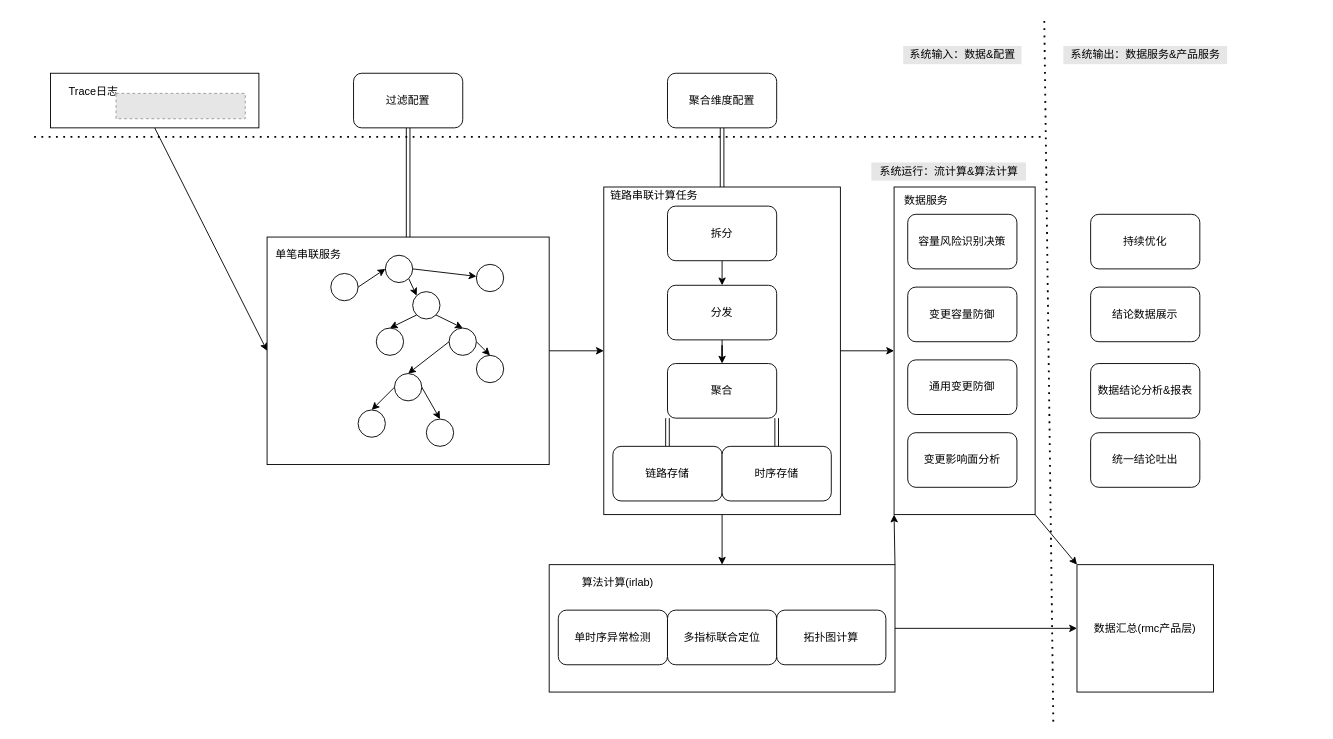
Before: 蚂蚁金服/链路容量.drawio in frankneu/draw.io, a draw.io diagram. Source tidied: cells renumbered, new cells numbered last; positions are measured from the earlier drawing's top-left corner, leaving out a move shared by most shapes. Both pictures are drawn from the tidied source at 91%, with x=0, y=0 at pixel (34, 16). Pictures stored in the file or linked from it are replaced by grey dashed boxes.
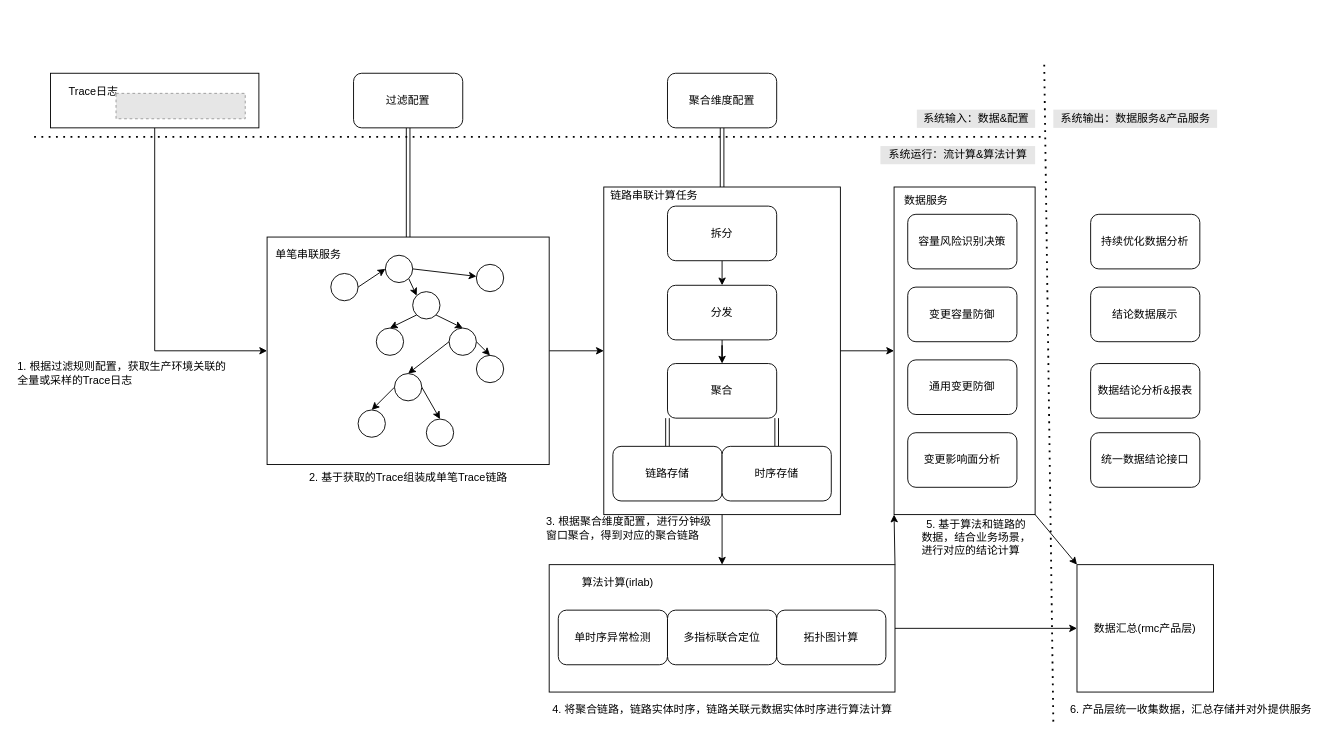
The same page after the edit.

Unchanged cells that the change refers to:
```xml
<mxCell id="4" style="rounded=0;whiteSpace=wrap;html=1;" parent="1" vertex="1">
  <mxGeometry x="18" y="62" width="229" height="60" as="geometry" />
</mxCell>
<mxCell id="6" style="rounded=0;whiteSpace=wrap;html=1;" parent="1" vertex="1">
  <mxGeometry x="256" y="242" width="310" height="250" as="geometry" />
</mxCell>
```

Diff of the diagram source:
```diff
@@
-    <mxCell id="3" style="edgeStyle=none;rounded=0;jettySize=auto;html=1;exitX=0.5;exitY=1;exitDx=0;exitDy=0;entryX=0;entryY=0.5;entryDx=0;entryDy=0;" parent="1" edge="1" source="4" target="6">
+    <mxCell id="3" style="edgeStyle=orthogonalEdgeStyle;rounded=0;jettySize=auto;html=1;exitX=0.5;exitY=1;exitDx=0;exitDy=0;entryX=0;entryY=0.5;entryDx=0;entryDy=0;" parent="1" edge="1" source="4" target="6">
       <mxGeometry relative="1" as="geometry" />
     </mxCell>
@@
     <mxCell id="62" style="endArrow=none;dashed=1;html=1;dashPattern=1 3;strokeWidth=2;" parent="1" edge="1">
       <mxGeometry relative="1" as="geometry">
         <mxPoint x="1120" y="774.5" as="sourcePoint" />
-        <mxPoint x="1110" y="-0.5" as="targetPoint" />
+        <mxPoint x="1110" y="52" as="targetPoint" />
       </mxGeometry>
     </mxCell>
     <mxCell id="63" value="系统输入：数据&amp;amp;配置" style="text;html=1;align=center;verticalAlign=middle;strokeColor=none;fillColor=#E6E6E6;" parent="1" vertex="1">
-      <mxGeometry x="955" y="32" width="130" height="20" as="geometry" />
+      <mxGeometry x="970" y="102" width="130" height="20" as="geometry" />
     </mxCell>
     <mxCell id="64" value="系统运行：流计算&amp;amp;算法计算" style="text;html=1;align=center;verticalAlign=middle;strokeColor=none;fillColor=#E6E6E6;" parent="1" vertex="1">
-      <mxGeometry x="920" y="160" width="170" height="20" as="geometry" />
+      <mxGeometry x="930" y="142" width="170" height="20" as="geometry" />
     </mxCell>
     <mxCell id="65" value="系统输出：数据服务&amp;amp;产品服务" style="text;html=1;align=center;verticalAlign=middle;strokeColor=none;fillColor=#E6E6E6;" parent="1" vertex="1">
-      <mxGeometry x="1131" y="32" width="180" height="20" as="geometry" />
+      <mxGeometry x="1120" y="102" width="180" height="20" as="geometry" />
     </mxCell>
-    <mxCell id="66" value="统一结论吐出" style="rounded=1;whiteSpace=wrap;html=1;" parent="1" vertex="1">
+    <mxCell id="66" value="统一数据结论接口" style="rounded=1;whiteSpace=wrap;html=1;" parent="1" vertex="1">
       <mxGeometry x="1161" y="457" width="120" height="60" as="geometry" />
     </mxCell>
@@
-    <mxCell id="69" value="持续优化" style="rounded=1;whiteSpace=wrap;html=1;" parent="1" vertex="1">
+    <mxCell id="69" value="持续优化数据分析" style="rounded=1;whiteSpace=wrap;html=1;" parent="1" vertex="1">
       <mxGeometry x="1161" y="217" width="120" height="60" as="geometry" />
     </mxCell>
+    <mxCell id="70" value="1. 根据过滤规则配置，获取生产环境关联的&lt;br&gt;全量或采样的Trace日志" style="text;html=1;align=left;verticalAlign=middle;strokeColor=none;" parent="1" vertex="1">
+      <mxGeometry x="-20" y="377" width="240" height="30" as="geometry" />
+    </mxCell>
+    <mxCell id="71" value="2. 基于获取的Trace组装成单笔Trace链路" style="text;html=1;align=center;verticalAlign=middle;strokeColor=none;" parent="1" vertex="1">
+      <mxGeometry x="296" y="497" width="230" height="20" as="geometry" />
+    </mxCell>
+    <mxCell id="72" value="3. 根据聚合维度配置，进行分钟级&lt;br&gt;窗口聚合，得到对应的聚合链路" style="text;html=1;align=left;verticalAlign=middle;strokeColor=none;" parent="1" vertex="1">
+      <mxGeometry x="561" y="547" width="200" height="30" as="geometry" />
+    </mxCell>
+    <mxCell id="73" value="4. 将聚合链路，链路实体时序，链路关联元数据实体时序进行算法计算" style="text;html=1;align=center;verticalAlign=middle;strokeColor=none;" parent="1" vertex="1">
+      <mxGeometry x="561" y="752" width="390" height="20" as="geometry" />
+    </mxCell>
+    <mxCell id="74" value="5. 基于算法和链路的&lt;br&gt;数据，结合业务场景，&lt;br&gt;&lt;div style=&quot;text-align: left&quot;&gt;&lt;span&gt;进行对应的结论计算&lt;/span&gt;&lt;/div&gt;" style="text;html=1;align=center;verticalAlign=middle;strokeColor=none;" parent="1" vertex="1">
+      <mxGeometry x="965" y="547" width="140" height="50" as="geometry" />
+    </mxCell>
+    <mxCell id="75" value="6. 产品层统一收集数据，汇总存储并对外提供服务" style="text;html=1;align=center;verticalAlign=middle;strokeColor=none;" parent="1" vertex="1">
+      <mxGeometry x="1131" y="752" width="280" height="20" as="geometry" />
+    </mxCell>
```
